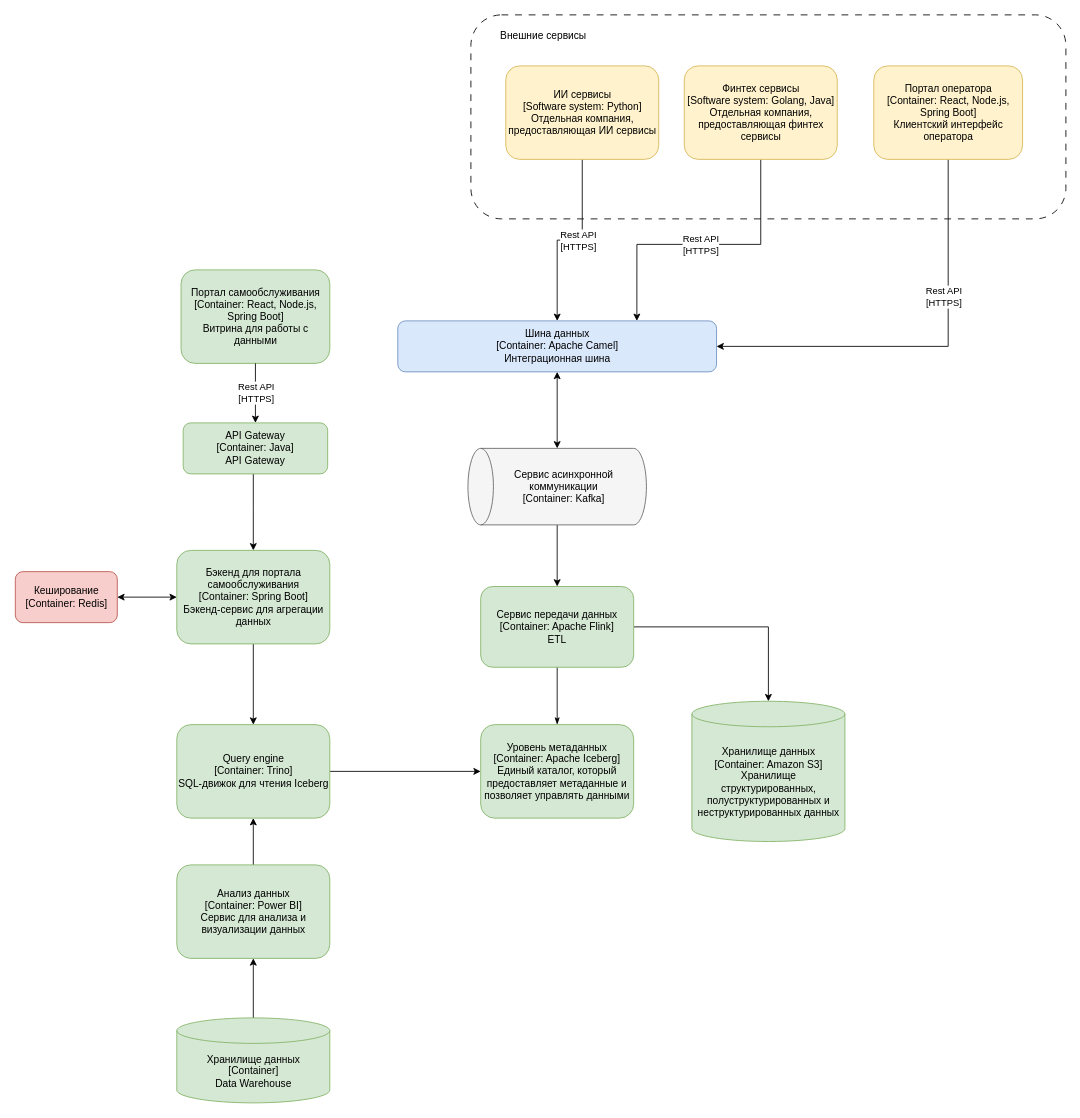
The draw.io diagram Task 1/Future diagram.drawio in max22hal/architecture-future_2_0, before the edit. Source tidied: cells renumbered, new cells numbered last; positions are measured from the earlier drawing's top-left corner, leaving out a move shared by most shapes. Both pictures are drawn from the tidied source at 85%, with x=0, y=0 at pixel (14, 14).
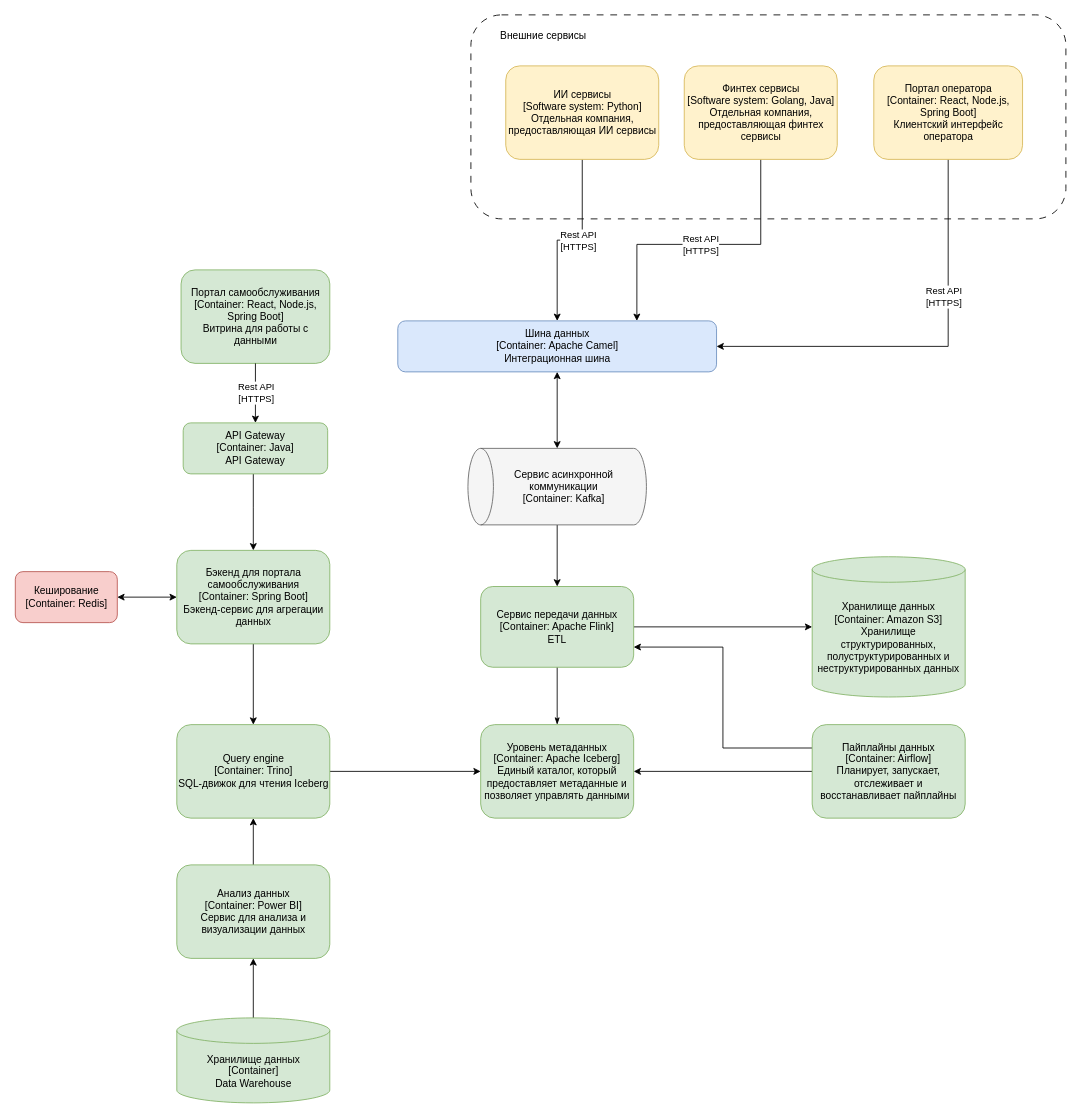
After the change.

Unchanged cells that the change refers to:
```xml
<mxCell id="29" value="Уровень метаданных&lt;br&gt;&lt;div&gt;[Container: Apache Iceberg]&lt;/div&gt;&lt;div&gt;Единый каталог, который предоставляет метаданные и позволяет управлять данными&lt;/div&gt;" style="rounded=1;whiteSpace=wrap;html=1;fillColor=#d5e8d4;strokeColor=#82b366;" parent="1" vertex="1">
  <mxGeometry x="548" y="835" width="180" height="110" as="geometry" />
</mxCell>
<mxCell id="33" value="Сервис передачи данных&lt;div&gt;[Container: Apache Flink]&lt;/div&gt;&lt;div&gt;ETL&lt;/div&gt;" style="rounded=1;whiteSpace=wrap;html=1;fillColor=#d5e8d4;strokeColor=#82b366;" parent="1" vertex="1">
  <mxGeometry x="548" y="672.5" width="180" height="95" as="geometry" />
</mxCell>
```

The edit, as a diff of the source:
```diff
@@
     <mxCell id="28" value="Хранилище данных&lt;div&gt;[Container: Amazon S3]&lt;/div&gt;&lt;div&gt;Хранилище структурированных, полуструктурированных и неструктурированных данных&lt;/div&gt;" style="shape=cylinder3;whiteSpace=wrap;html=1;boundedLbl=1;backgroundOutline=1;size=15;fillColor=#d5e8d4;strokeColor=#82b366;" parent="1" vertex="1">
-      <mxGeometry x="796.5" y="807.5" width="180" height="165" as="geometry" />
+      <mxGeometry x="938" y="637.5" width="180" height="165" as="geometry" />
     </mxCell>
@@
+    <mxCell id="38" style="edgeStyle=orthogonalEdgeStyle;rounded=0;jettySize=auto;html=1;entryX=1;entryY=0.75;entryDx=0;entryDy=0;exitX=0;exitY=0.25;exitDx=0;exitDy=0;" parent="1" edge="1" source="40" target="33">
+      <mxGeometry relative="1" as="geometry" />
+    </mxCell>
+    <mxCell id="39" style="edgeStyle=orthogonalEdgeStyle;rounded=0;jettySize=auto;html=1;entryX=1;entryY=0.5;entryDx=0;entryDy=0;" parent="1" edge="1" source="40" target="29">
+      <mxGeometry relative="1" as="geometry" />
+    </mxCell>
+    <mxCell id="40" value="Пайплайны данных&lt;br&gt;&lt;div&gt;[Container: Airflow]&lt;/div&gt;&lt;div&gt;Планирует, запускает, отслеживает и восстанавливает пайплайны&lt;/div&gt;" style="rounded=1;whiteSpace=wrap;html=1;fillColor=#d5e8d4;strokeColor=#82b366;" parent="1" vertex="1">
+      <mxGeometry x="938" y="835" width="180" height="110" as="geometry" />
+    </mxCell>
```
